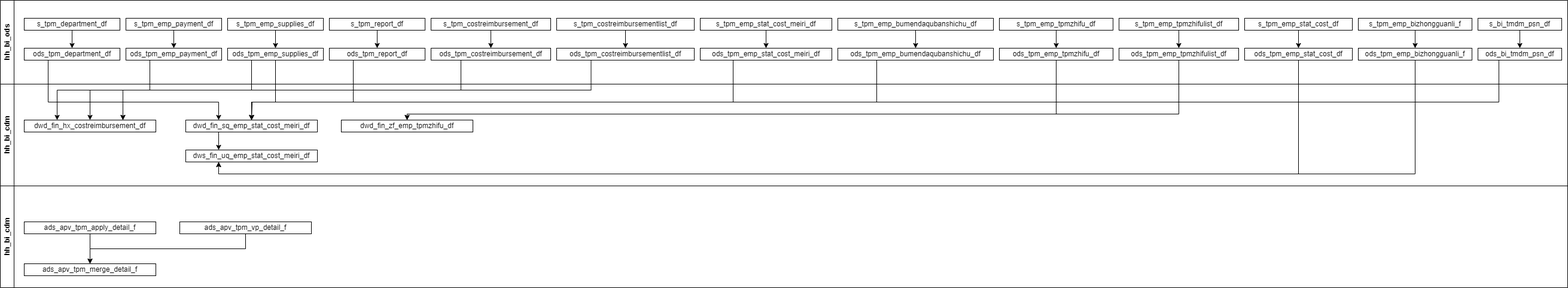
ztacode/drawio keeps this draw.io diagram as TPM市场费用全流程.drawio.png. Above is the earlier version. Source tidied: cells renumbered, new cells last; positions are measured from the earlier drawing's top-left corner, leaving out a move shared by most shapes.
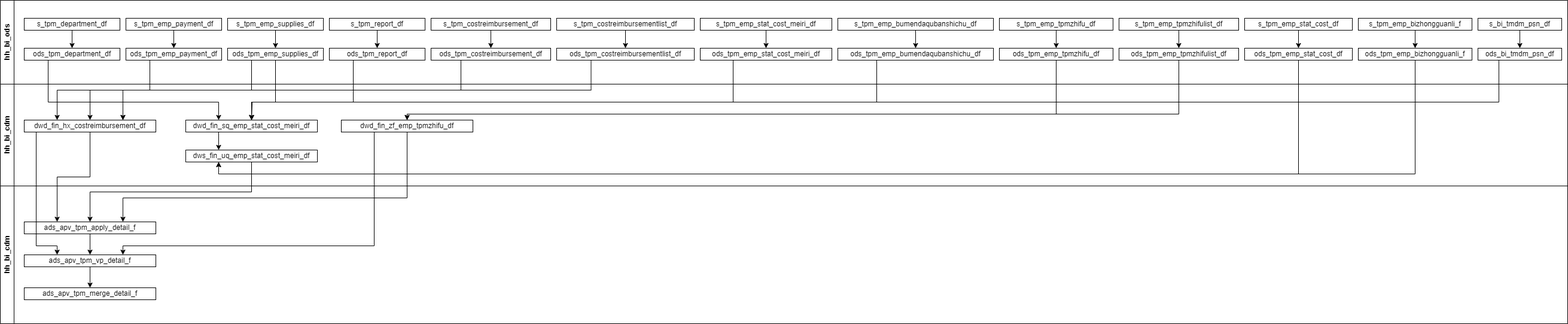
Above is the later version.

Commit message:
更新TPM市场费用全流程.drawio.png

Change to the diagram source:
```diff
@@ -224,11 +224,11 @@
       <mxGeometry relative="1" as="geometry" />
     </mxCell>
     <mxCell id="62" value="hh_bi_cdm" style="swimlane;horizontal=0;whiteSpace=wrap;html=1;startSize=23;" parent="1" vertex="1">
-      <mxGeometry y="310" width="2620" height="170" as="geometry" />
+      <mxGeometry y="310" width="2620" height="230" as="geometry" />
     </mxCell>
-    <mxCell id="63" style="edgeStyle=orthogonalEdgeStyle;rounded=0;jettySize=auto;html=1;exitX=0.5;exitY=1;exitDx=0;exitDy=0;entryX=0.5;entryY=0;entryDx=0;entryDy=0;" parent="62" edge="1" source="64" target="67">
-      <mxGeometry relative="1" as="geometry" />
-    </mxCell>
+    <mxCell id="68" style="edgeStyle=orthogonalEdgeStyle;rounded=0;jettySize=auto;html=1;exitX=0.5;exitY=1;exitDx=0;exitDy=0;entryX=0.5;entryY=0;entryDx=0;entryDy=0;" parent="62" edge="1" source="64" target="66">
+      <mxGeometry relative="1" as="geometry" />
+    </mxCell>
     <mxCell id="64" value="ads_apv_tpm_apply_detail_f" style="rounded=0;whiteSpace=wrap;html=1;" parent="62" vertex="1">
       <mxGeometry x="40" y="60" width="220" height="20" as="geometry" />
     </mxCell>
@@ -236,10 +236,41 @@
       <mxGeometry relative="1" as="geometry" />
     </mxCell>
     <mxCell id="66" value="ads_apv_tpm_vp_detail_f" style="rounded=0;whiteSpace=wrap;html=1;" parent="62" vertex="1">
-      <mxGeometry x="300" y="60" width="220" height="20" as="geometry" />
+      <mxGeometry x="40" y="115" width="220" height="20" as="geometry" />
     </mxCell>
     <mxCell id="67" value="ads_apv_tpm_merge_detail_f" style="rounded=0;whiteSpace=wrap;html=1;" parent="62" vertex="1">
-      <mxGeometry x="40" y="130" width="220" height="20" as="geometry" />
+      <mxGeometry x="40" y="170" width="220" height="20" as="geometry" />
     </mxCell>
+    <mxCell id="69" style="edgeStyle=orthogonalEdgeStyle;rounded=0;jettySize=auto;html=1;exitX=0.5;exitY=1;exitDx=0;exitDy=0;entryX=0.25;entryY=0;entryDx=0;entryDy=0;" parent="1" edge="1" source="3" target="64">
+      <mxGeometry relative="1" as="geometry" />
+    </mxCell>
+    <mxCell id="70" style="edgeStyle=orthogonalEdgeStyle;rounded=0;jettySize=auto;html=1;exitX=0.5;exitY=1;exitDx=0;exitDy=0;entryX=0.5;entryY=0;entryDx=0;entryDy=0;" parent="1" edge="1" source="7" target="64">
+      <mxGeometry relative="1" as="geometry" />
+    </mxCell>
+    <mxCell id="71" style="edgeStyle=orthogonalEdgeStyle;rounded=0;jettySize=auto;html=1;exitX=0.5;exitY=1;exitDx=0;exitDy=0;entryX=0.75;entryY=0;entryDx=0;entryDy=0;" parent="1" edge="1" source="6" target="64">
+      <mxGeometry relative="1" as="geometry">
+        <Array as="points">
+          <mxPoint x="680" y="330" />
+          <mxPoint x="205" y="330" />
+        </Array>
+      </mxGeometry>
+    </mxCell>
+    <mxCell id="72" style="edgeStyle=orthogonalEdgeStyle;rounded=0;jettySize=auto;html=1;exitX=0.25;exitY=1;exitDx=0;exitDy=0;entryX=0.25;entryY=0;entryDx=0;entryDy=0;" parent="1" edge="1" source="3" target="66">
+      <mxGeometry relative="1" as="geometry">
+        <Array as="points">
+          <mxPoint x="60" y="220" />
+          <mxPoint x="60" y="410" />
+          <mxPoint x="95" y="410" />
+        </Array>
+      </mxGeometry>
+    </mxCell>
+    <mxCell id="73" style="edgeStyle=orthogonalEdgeStyle;rounded=0;jettySize=auto;html=1;exitX=0.25;exitY=1;exitDx=0;exitDy=0;entryX=0.75;entryY=0;entryDx=0;entryDy=0;" parent="1" edge="1" source="6" target="66">
+      <mxGeometry relative="1" as="geometry">
+        <Array as="points">
+          <mxPoint x="625" y="410" />
+          <mxPoint x="205" y="410" />
+        </Array>
+      </mxGeometry>
+    </mxCell>
   </root>
 </mxGraphModel>
```
